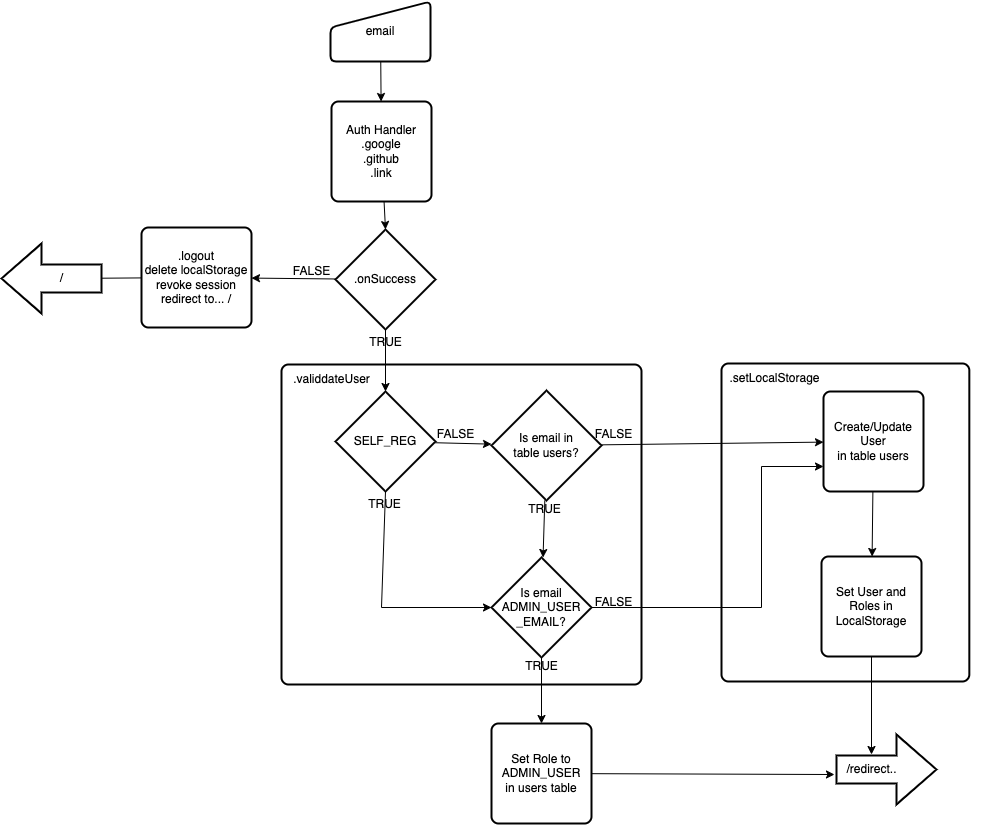
Before: assets/Auth Flows-Auth Process Flow.drawio.png, a diagram exported from draw.io (ctdh/sst-sveltekit-starter). Source tidied: cells renumbered, new cells last; positions are measured from the earlier drawing's top-left corner, leaving out a move shared by most shapes.
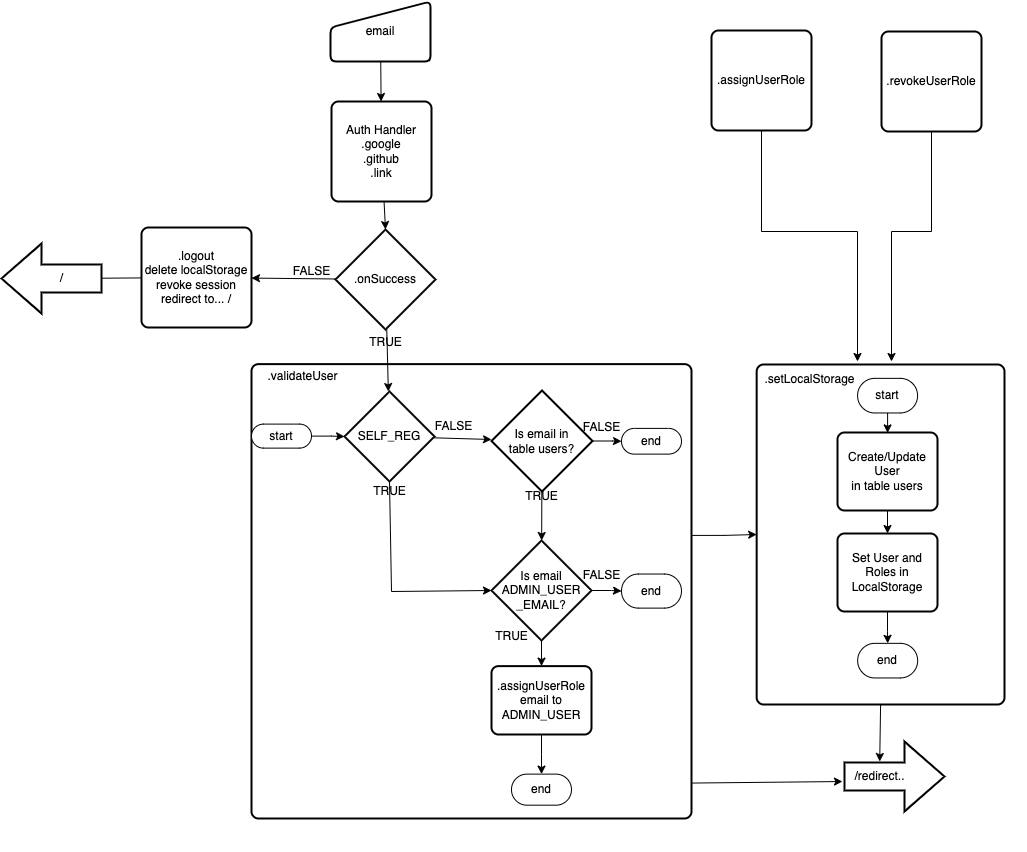
The same file after the commit.

Commit message:
chore: update auth flows with assign revoke

Diff of the diagram source:
```diff
@@ -3,26 +3,65 @@
     <mxCell id="0" />
     <mxCell id="1" parent="0" />
     <mxCell id="2" style="group;" parent="1" vertex="1">
-      <mxGeometry x="717.8" y="362" width="272.2" height="318" as="geometry" />
+      <mxGeometry x="753" y="363" width="272.2" height="367" as="geometry" />
     </mxCell>
     <mxCell id="3" style="rounded=1;whiteSpace=wrap;html=1;absoluteArcSize=1;arcSize=14;strokeWidth=2;" parent="2" vertex="1">
-      <mxGeometry x="2.2" width="247.8" height="318" as="geometry" />
+      <mxGeometry x="2.2" width="247.8" height="340" as="geometry" />
     </mxCell>
     <mxCell id="4" value=".setLocalStorage" style="text;html=1;align=center;verticalAlign=middle;strokeColor=none;fillColor=none;" parent="2" vertex="1">
       <mxGeometry width="110" height="30" as="geometry" />
     </mxCell>
+    <mxCell id="46" value="start" style="html=1;dashed=0;whiteSpace=wrap;shape=mxgraph.dfd.start;" parent="2" vertex="1">
+      <mxGeometry x="103.1" y="13.8" width="60" height="34.6" as="geometry" />
+    </mxCell>
+    <mxCell id="47" value="end" style="html=1;dashed=0;whiteSpace=wrap;shape=mxgraph.dfd.start;" parent="2" vertex="1">
+      <mxGeometry x="103.2" y="278.8" width="60" height="34.6" as="geometry" />
+    </mxCell>
     <mxCell id="5" style="group;" parent="1" vertex="1">
-      <mxGeometry x="280" y="363" width="360" height="342" as="geometry" />
+      <mxGeometry x="280" y="344" width="410" height="507" as="geometry" />
     </mxCell>
+    <mxCell id="48" style="group;" parent="5" vertex="1">
+      <mxGeometry x="-30" y="-1.4" width="440" height="474.4" as="geometry" />
+    </mxCell>
-    <mxCell id="6" style="rounded=1;whiteSpace=wrap;html=1;absoluteArcSize=1;arcSize=14;strokeWidth=2;" parent="5" vertex="1">
-      <mxGeometry width="360" height="320" as="geometry" />
+    <mxCell id="6" style="rounded=1;whiteSpace=wrap;html=1;absoluteArcSize=1;arcSize=14;strokeWidth=2;" parent="48" vertex="1">
+      <mxGeometry y="20" width="440" height="454.4" as="geometry" />
     </mxCell>
-    <mxCell id="7" value=".validdateUser" style="text;html=1;align=center;verticalAlign=middle;strokeColor=none;fillColor=none;" parent="5" vertex="1">
-      <mxGeometry width="100" height="30" as="geometry" />
+    <mxCell id="7" value=".validateUser" style="text;html=1;align=center;verticalAlign=middle;strokeColor=none;fillColor=none;" parent="48" vertex="1">
+      <mxGeometry x="6" y="17" width="90" height="30" as="geometry" />
     </mxCell>
-    <mxCell id="8" value="TRUE" style="text;html=1;align=center;verticalAlign=middle;strokeColor=none;fillColor=none;" parent="5" vertex="1">
-      <mxGeometry x="230" y="287" width="60" height="30" as="geometry" />
+    <mxCell id="8" value="TRUE" style="text;html=1;align=center;verticalAlign=middle;strokeColor=none;fillColor=none;" parent="48" vertex="1">
+      <mxGeometry x="230" y="277.4" width="60" height="30" as="geometry" />
     </mxCell>
+    <mxCell id="49" value="end" style="html=1;dashed=0;whiteSpace=wrap;shape=mxgraph.dfd.start;" parent="48" vertex="1">
+      <mxGeometry x="370" y="229.9" width="60" height="34.1" as="geometry" />
+    </mxCell>
+    <mxCell id="50" value="end" style="html=1;dashed=0;whiteSpace=wrap;shape=mxgraph.dfd.start;" parent="48" vertex="1">
+      <mxGeometry x="370" y="84.3" width="60" height="25.7" as="geometry" />
+    </mxCell>
+    <mxCell id="20" value="FALSE" style="text;html=1;align=center;verticalAlign=middle;strokeColor=none;fillColor=none;" parent="48" vertex="1">
+      <mxGeometry x="320" y="216.4" width="60" height="30" as="geometry" />
+    </mxCell>
+    <mxCell id="51" value="end" style="html=1;dashed=0;whiteSpace=wrap;shape=mxgraph.dfd.start;" parent="48" vertex="1">
+      <mxGeometry x="260" y="430" width="60" height="31.1" as="geometry" />
+    </mxCell>
+    <mxCell id="52" value="start" style="html=1;dashed=0;whiteSpace=wrap;shape=mxgraph.dfd.start;" parent="48" vertex="1">
+      <mxGeometry y="80" width="60" height="24" as="geometry" />
+    </mxCell>
+    <mxCell id="34" value="FALSE" style="text;html=1;align=center;verticalAlign=middle;strokeColor=none;fillColor=none;" parent="48" vertex="1">
+      <mxGeometry x="320" y="68.3" width="60" height="30" as="geometry" />
+    </mxCell>
+    <mxCell id="53" style="edgeStyle=orthogonalEdgeStyle;rounded=0;jettySize=auto;html=1;" parent="48" edge="1" source="54" target="51">
+      <mxGeometry relative="1" as="geometry" />
+    </mxCell>
+    <mxCell id="54" value=".assignUserRole&lt;br&gt;email to&lt;br&gt;ADMIN_USER" style="rounded=1;whiteSpace=wrap;html=1;absoluteArcSize=1;arcSize=14;strokeWidth=2;" parent="48" vertex="1">
+      <mxGeometry x="240" y="322" width="100" height="68.4" as="geometry" />
+    </mxCell>
+    <mxCell id="33" value="TRUE" style="text;html=1;align=center;verticalAlign=middle;strokeColor=none;fillColor=none;" parent="48" vertex="1">
+      <mxGeometry x="260" y="137.4" width="60" height="30" as="geometry" />
+    </mxCell>
+    <mxCell id="29" value="TRUE" style="text;html=1;align=center;verticalAlign=middle;strokeColor=none;fillColor=none;" parent="48" vertex="1">
+      <mxGeometry x="108" y="132.4" width="60" height="30" as="geometry" />
+    </mxCell>
     <mxCell id="9" style="edgeStyle=none;rounded=0;jettySize=auto;html=1;" parent="1" edge="1" source="10" target="12">
       <mxGeometry relative="1" as="geometry" />
     </mxCell>
@@ -48,7 +87,7 @@
       <mxGeometry relative="1" as="geometry" />
     </mxCell>
     <mxCell id="17" value="SELF_REG" style="strokeWidth=2;html=1;shape=mxgraph.flowchart.decision;whiteSpace=wrap;" parent="1" vertex="1">
-      <mxGeometry x="334" y="390" width="100" height="100" as="geometry" />
+      <mxGeometry x="343" y="390" width="90" height="90" as="geometry" />
     </mxCell>
     <mxCell id="18" value="TRUE" style="text;html=1;align=center;verticalAlign=middle;strokeColor=none;fillColor=none;" parent="1" vertex="1">
       <mxGeometry x="354" y="326" width="60" height="30" as="geometry" />
@@ -56,65 +95,45 @@
     <mxCell id="19" value="FALSE" style="text;html=1;align=center;verticalAlign=middle;strokeColor=none;fillColor=none;" parent="1" vertex="1">
       <mxGeometry x="280" y="255" width="60" height="30" as="geometry" />
     </mxCell>
-    <mxCell id="20" value="FALSE" style="text;html=1;align=center;verticalAlign=middle;strokeColor=none;fillColor=none;" parent="1" vertex="1">
-      <mxGeometry x="582" y="586" width="60" height="30" as="geometry" />
-    </mxCell>
-    <mxCell id="21" style="edgeStyle=none;rounded=0;jettySize=auto;html=1;entryX=0;entryY=0.75;entryDx=0;entryDy=0;" parent="1" edge="1" source="23" target="32">
-      <mxGeometry relative="1" as="geometry">
-        <Array as="points">
-          <mxPoint x="760" y="606" />
-          <mxPoint x="760" y="465" />
-        </Array>
-      </mxGeometry>
-    </mxCell>
-    <mxCell id="22" style="edgeStyle=none;rounded=0;jettySize=auto;html=1;" parent="1" edge="1" source="23" target="24">
-      <mxGeometry relative="1" as="geometry" />
-    </mxCell>
+    <mxCell id="55" style="edgeStyle=orthogonalEdgeStyle;rounded=0;jettySize=auto;html=1;" parent="1" edge="1" source="23" target="49">
+      <mxGeometry relative="1" as="geometry" />
+    </mxCell>
+    <mxCell id="56" style="edgeStyle=orthogonalEdgeStyle;rounded=0;jettySize=auto;html=1;entryX=0.5;entryY=0;entryDx=0;entryDy=0;" parent="1" edge="1" source="23" target="54">
+      <mxGeometry relative="1" as="geometry" />
+    </mxCell>
     <mxCell id="23" value="Is email&lt;br&gt;ADMIN_USER&lt;br&gt;_EMAIL?" style="strokeWidth=2;html=1;shape=mxgraph.flowchart.decision;whiteSpace=wrap;" parent="1" vertex="1">
-      <mxGeometry x="490" y="556" width="100" height="100" as="geometry" />
+      <mxGeometry x="490" y="539" width="100" height="100" as="geometry" />
     </mxCell>
-    <mxCell id="24" value="Set Role to&lt;br&gt;ADMIN_USER&lt;br&gt;in users table" style="rounded=1;whiteSpace=wrap;html=1;absoluteArcSize=1;arcSize=14;strokeWidth=2;" parent="1" vertex="1">
-      <mxGeometry x="490" y="722" width="100" height="100" as="geometry" />
-    </mxCell>
     <mxCell id="25" style="edgeStyle=none;rounded=0;jettySize=auto;html=1;" parent="1" edge="1" source="27" target="23">
       <mxGeometry relative="1" as="geometry" />
     </mxCell>
-    <mxCell id="26" style="edgeStyle=none;rounded=0;jettySize=auto;html=1;" parent="1" edge="1" source="27" target="32">
-      <mxGeometry relative="1" as="geometry" />
-    </mxCell>
+    <mxCell id="57" style="edgeStyle=orthogonalEdgeStyle;rounded=0;jettySize=auto;html=1;" parent="1" edge="1" source="27" target="50">
+      <mxGeometry relative="1" as="geometry" />
+    </mxCell>
     <mxCell id="27" value="Is email in&lt;br&gt;table users?" style="strokeWidth=2;html=1;shape=mxgraph.flowchart.decision;whiteSpace=wrap;" parent="1" vertex="1">
-      <mxGeometry x="490" y="389" width="110" height="110" as="geometry" />
+      <mxGeometry x="490" y="389" width="101" height="101" as="geometry" />
     </mxCell>
     <mxCell id="28" style="edgeStyle=none;rounded=0;jettySize=auto;html=1;entryX=0;entryY=0.5;entryDx=0;entryDy=0;entryPerimeter=0;exitX=0.5;exitY=1;exitDx=0;exitDy=0;exitPerimeter=0;" parent="1" edge="1" source="17" target="23">
       <mxGeometry relative="1" as="geometry">
         <Array as="points">
-          <mxPoint x="380" y="606" />
+          <mxPoint x="390" y="590" />
         </Array>
       </mxGeometry>
     </mxCell>
-    <mxCell id="29" value="TRUE" style="text;html=1;align=center;verticalAlign=middle;strokeColor=none;fillColor=none;" parent="1" vertex="1">
-      <mxGeometry x="353" y="488" width="60" height="30" as="geometry" />
-    </mxCell>
     <mxCell id="30" value="FALSE" style="text;html=1;align=center;verticalAlign=middle;strokeColor=none;fillColor=none;" parent="1" vertex="1">
-      <mxGeometry x="424" y="418" width="60" height="30" as="geometry" />
+      <mxGeometry x="422" y="410" width="60" height="30" as="geometry" />
     </mxCell>
     <mxCell id="31" style="edgeStyle=none;rounded=0;jettySize=auto;html=1;" parent="1" edge="1" source="32" target="43">
       <mxGeometry relative="1" as="geometry" />
     </mxCell>
     <mxCell id="32" value="Create/Update User&lt;br&gt;in table users" style="rounded=1;whiteSpace=wrap;html=1;absoluteArcSize=1;arcSize=14;strokeWidth=2;" parent="1" vertex="1">
-      <mxGeometry x="822" y="390" width="100" height="100" as="geometry" />
+      <mxGeometry x="836" y="431" width="100" height="78" as="geometry" />
     </mxCell>
-    <mxCell id="33" value="TRUE" style="text;html=1;align=center;verticalAlign=middle;strokeColor=none;fillColor=none;" parent="1" vertex="1">
-      <mxGeometry x="513" y="493" width="60" height="30" as="geometry" />
-    </mxCell>
-    <mxCell id="34" value="FALSE" style="text;html=1;align=center;verticalAlign=middle;strokeColor=none;fillColor=none;" parent="1" vertex="1">
-      <mxGeometry x="582" y="418" width="60" height="30" as="geometry" />
-    </mxCell>
-    <mxCell id="35" style="edgeStyle=none;rounded=0;jettySize=auto;html=1;exitX=0.5;exitY=1;exitDx=0;exitDy=0;" parent="1" edge="1" source="43" target="38">
+    <mxCell id="35" style="edgeStyle=none;rounded=0;jettySize=auto;html=1;exitX=0.5;exitY=1;exitDx=0;exitDy=0;" parent="1" edge="1" source="3" target="38">
       <mxGeometry relative="1" as="geometry" />
     </mxCell>
     <mxCell id="36" style="group;" parent="1" vertex="1">
-      <mxGeometry x="835" y="755" width="100" height="70" as="geometry" />
+      <mxGeometry x="843" y="762" width="100" height="70" as="geometry" />
     </mxCell>
     <mxCell id="37" style="verticalLabelPosition=bottom;verticalAlign=top;html=1;strokeWidth=2;shape=mxgraph.arrows2.arrow;dy=0.6;dx=40;notch=0;" parent="36" vertex="1">
       <mxGeometry y="-22" width="100" height="70" as="geometry" />
@@ -131,11 +150,14 @@
     <mxCell id="41" value="/" style="text;html=1;align=center;verticalAlign=middle;points=[];strokeColor=none;fillColor=none;" parent="39" vertex="1">
       <mxGeometry x="45" y="20" width="30" height="30" as="geometry" />
     </mxCell>
-    <mxCell id="42" style="edgeStyle=none;rounded=0;jettySize=auto;html=1;entryX=-0.029;entryY=0.667;entryDx=0;entryDy=0;entryPerimeter=0;" parent="1" edge="1" source="24" target="38">
+    <mxCell id="42" style="edgeStyle=none;rounded=0;jettySize=auto;html=1;entryX=-0.029;entryY=0.667;entryDx=0;entryDy=0;entryPerimeter=0;exitX=1;exitY=0.922;exitDx=0;exitDy=0;exitPerimeter=0;" parent="1" edge="1" source="6" target="38">
       <mxGeometry relative="1" as="geometry" />
     </mxCell>
+    <mxCell id="58" style="edgeStyle=orthogonalEdgeStyle;rounded=0;jettySize=auto;html=1;" parent="1" edge="1" source="43" target="47">
+      <mxGeometry relative="1" as="geometry" />
+    </mxCell>
     <mxCell id="43" value="Set User and Roles in&lt;br&gt;LocalStorage" style="rounded=1;whiteSpace=wrap;html=1;absoluteArcSize=1;arcSize=14;strokeWidth=2;" parent="1" vertex="1">
-      <mxGeometry x="820" y="555" width="100" height="100" as="geometry" />
+      <mxGeometry x="836" y="532" width="100" height="78" as="geometry" />
     </mxCell>
     <mxCell id="44" style="edgeStyle=none;rounded=0;jettySize=auto;html=1;" parent="1" edge="1" source="15" target="45">
       <mxGeometry relative="1" as="geometry" />
@@ -143,5 +165,38 @@
     <mxCell id="45" value=".logout&lt;br&gt;delete localStorage&lt;br&gt;revoke session&lt;br&gt;redirect to... /" style="rounded=1;whiteSpace=wrap;html=1;absoluteArcSize=1;arcSize=14;strokeWidth=2;" parent="1" vertex="1">
       <mxGeometry x="140" y="226" width="110" height="100" as="geometry" />
     </mxCell>
+    <mxCell id="59" value=".revokeUserRole" style="rounded=1;whiteSpace=wrap;html=1;absoluteArcSize=1;arcSize=14;strokeWidth=2;" parent="1" vertex="1">
+      <mxGeometry x="880" y="30" width="100" height="100" as="geometry" />
+    </mxCell>
+    <mxCell id="60" style="edgeStyle=orthogonalEdgeStyle;rounded=0;jettySize=auto;html=1;" parent="1" edge="1" source="61">
+      <mxGeometry relative="1" as="geometry">
+        <mxPoint x="856" y="360" as="targetPoint" />
+        <Array as="points">
+          <mxPoint x="760" y="230" />
+          <mxPoint x="856" y="230" />
+        </Array>
+      </mxGeometry>
+    </mxCell>
+    <mxCell id="61" value=".assignUserRole" style="rounded=1;whiteSpace=wrap;html=1;absoluteArcSize=1;arcSize=14;strokeWidth=2;" parent="1" vertex="1">
+      <mxGeometry x="710" y="29" width="100" height="100" as="geometry" />
+    </mxCell>
+    <mxCell id="62" style="edgeStyle=orthogonalEdgeStyle;rounded=0;jettySize=auto;html=1;exitX=0.5;exitY=1;exitDx=0;exitDy=0;" parent="1" edge="1" source="59">
+      <mxGeometry relative="1" as="geometry">
+        <mxPoint x="890" y="360" as="targetPoint" />
+        <Array as="points">
+          <mxPoint x="930" y="230" />
+          <mxPoint x="890" y="230" />
+        </Array>
+      </mxGeometry>
+    </mxCell>
+    <mxCell id="63" style="edgeStyle=orthogonalEdgeStyle;rounded=0;jettySize=auto;html=1;" parent="1" edge="1" source="46" target="32">
+      <mxGeometry relative="1" as="geometry" />
+    </mxCell>
+    <mxCell id="64" style="edgeStyle=orthogonalEdgeStyle;rounded=0;jettySize=auto;html=1;" parent="1" edge="1" source="52" target="17">
+      <mxGeometry relative="1" as="geometry" />
+    </mxCell>
+    <mxCell id="65" style="edgeStyle=orthogonalEdgeStyle;rounded=0;jettySize=auto;html=1;exitX=1;exitY=0.377;exitDx=0;exitDy=0;exitPerimeter=0;" parent="1" edge="1" source="6" target="3">
+      <mxGeometry relative="1" as="geometry" />
+    </mxCell>
   </root>
 </mxGraphModel>
```
